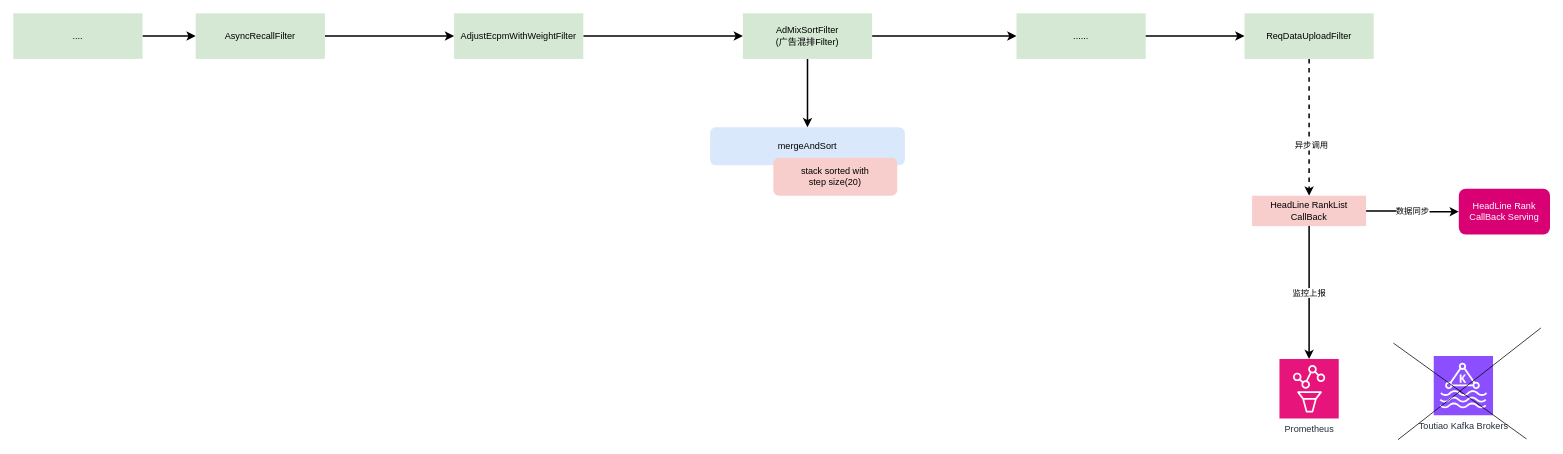
Earlier version of the draw.io diagram page "第 35 页" (2 of 35) of universal-engine/brand_dsp_architecture.drawio (karlchan-cn/drawio-repository). Source tidied: cells renumbered, new cells numbered last; positions are measured from the earlier drawing's top-left corner, leaving out a move shared by most shapes. Both pictures are drawn from the tidied source at 76%, with x=0, y=0 at pixel (13, 13).
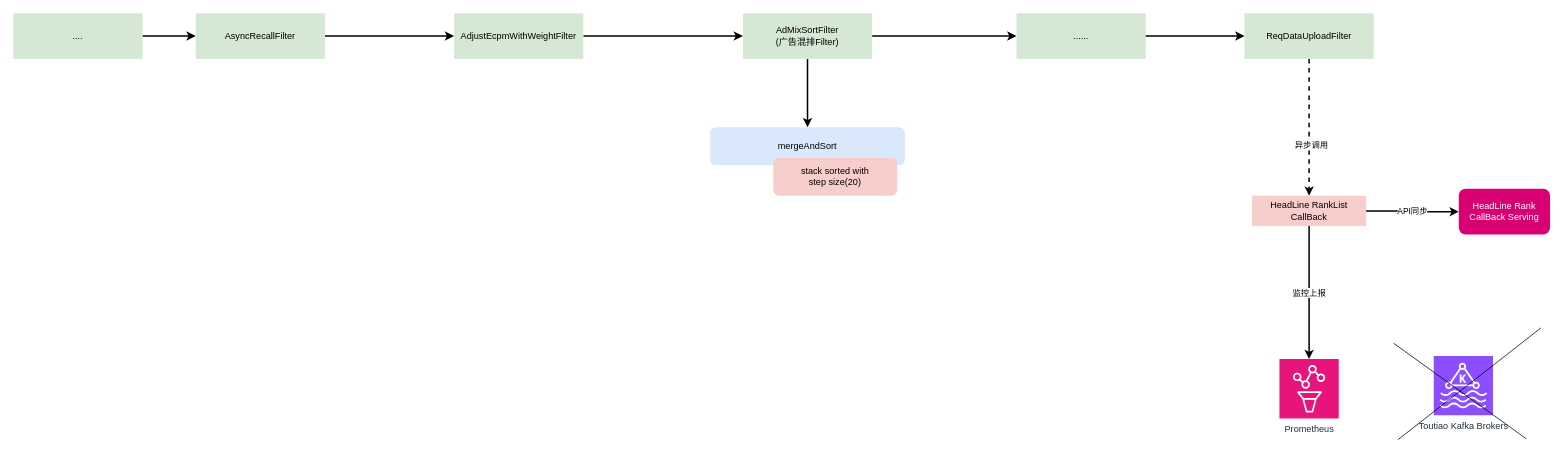
The same diagram, later.

The change refers to these unchanged cells:
```xml
<mxCell id="16" value="HeadLine RankList CallBack" style="rounded=0;whiteSpace=wrap;html=1;fillColor=#f8cecc;strokeColor=none;" parent="1" vertex="1">
  <mxGeometry x="1630" y="240" width="150" height="40" as="geometry" />
</mxCell>
<mxCell id="25" value="HeadLine Rank CallBack Serving" style="rounded=1;whiteSpace=wrap;html=1;fillColor=#d80073;strokeColor=none;fontColor=#ffffff;" parent="1" vertex="1">
  <mxGeometry x="1902" y="231" width="120" height="60" as="geometry" />
</mxCell>
```

Diff of the diagram source:
```diff
@@
-    <mxCell id="19" value="数据同步" style="edgeStyle=orthogonalEdgeStyle;rounded=0;jettySize=auto;html=1;strokeWidth=2;" parent="1" edge="1" source="16" target="25">
+    <mxCell id="19" value="API同步" style="edgeStyle=orthogonalEdgeStyle;rounded=0;jettySize=auto;html=1;strokeWidth=2;" parent="1" edge="1" source="16" target="25">
       <mxGeometry relative="1" as="geometry" />
     </mxCell>
```
